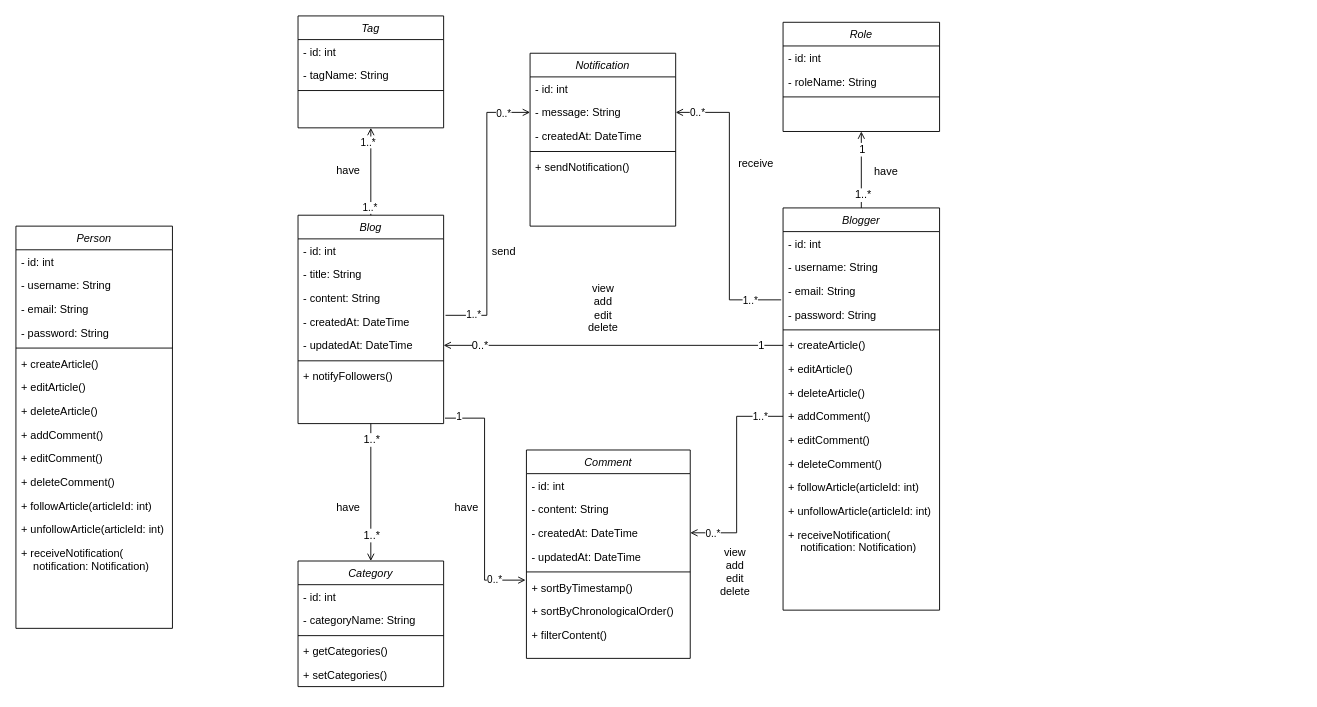
Earlier version of the draw.io diagram UML-Diagramm.drawio (SteffiHe/blog_board_backend). Source tidied: cells renumbered, new cells numbered last; positions are measured from the earlier drawing's top-left corner, leaving out a move shared by most shapes. Both pictures are drawn from the tidied source at 91%, with x=0, y=0 at pixel (15, 15).
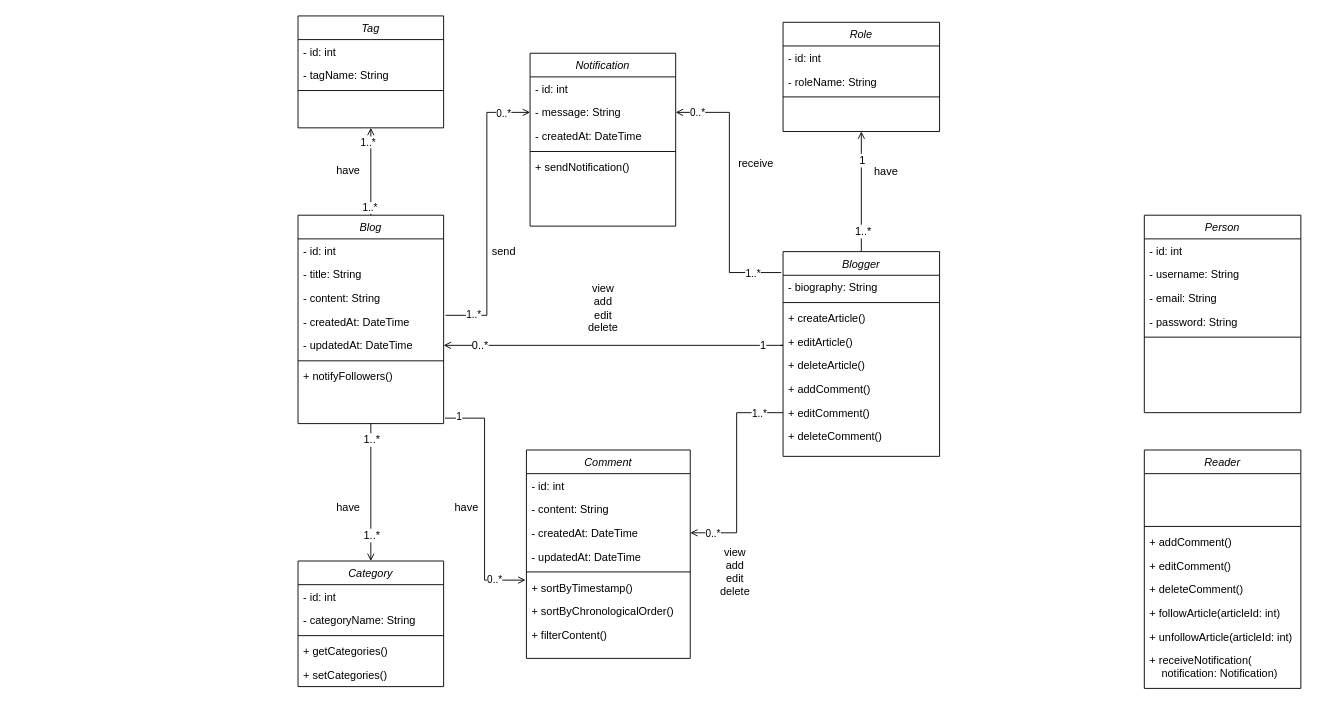
The same page after the edit.

Commit message:
UML-Diagramm aktualisiert

Unchanged cells that the change refers to:
```xml
<mxCell id="37" value="- createdAt: DateTime" style="text;align=left;verticalAlign=top;spacingLeft=4;spacingRight=4;overflow=hidden;points=[[0,0.5],[1,0.5]];portConstraint=eastwest;rounded=0;shadow=0;html=0;" parent="34" vertex="1">
  <mxGeometry y="78" width="180" height="26" as="geometry" />
</mxCell>
```

What changed in the source:
```diff
@@
     <mxCell id="5" value="Blogger" style="swimlane;fontStyle=2;align=center;verticalAlign=top;horizontal=1;startSize=26;rounded=0;shadow=0;strokeWidth=1;" parent="1" vertex="1">
-      <mxGeometry x="843" y="211" width="172" height="442" as="geometry" />
+      <mxGeometry x="843" y="259" width="172" height="225" as="geometry" />
     </mxCell>
-    <mxCell id="6" value="- id: int" style="text;align=left;verticalAlign=top;spacingLeft=4;spacingRight=4;overflow=hidden;" parent="5" vertex="1">
-      <mxGeometry y="26" width="172" height="26" as="geometry" />
-    </mxCell>
-    <mxCell id="7" value="- username: String" style="text;align=left;verticalAlign=top;spacingLeft=4;spacingRight=4;overflow=hidden;rounded=0;shadow=0;html=0;" parent="5" vertex="1">
-      <mxGeometry y="52" width="172" height="26" as="geometry" />
-    </mxCell>
-    <mxCell id="8" value="- email: String" style="text;align=left;verticalAlign=top;spacingLeft=4;spacingRight=4;overflow=hidden;rounded=0;shadow=0;html=0;" parent="5" vertex="1">
-      <mxGeometry y="78" width="172" height="26" as="geometry" />
-    </mxCell>
-    <mxCell id="9" value="- password: String" style="text;align=left;verticalAlign=top;spacingLeft=4;spacingRight=4;overflow=hidden;points=[[0,0.5],[1,0.5]];portConstraint=eastwest;rounded=0;shadow=0;html=0;" parent="5" vertex="1">
-      <mxGeometry y="104" width="172" height="26" as="geometry" />
+    <mxCell id="9" value="- biography: String" style="text;align=left;verticalAlign=top;spacingLeft=4;spacingRight=4;overflow=hidden;points=[[0,0.5],[1,0.5]];portConstraint=eastwest;rounded=0;shadow=0;html=0;" parent="5" vertex="1">
+      <mxGeometry y="26" width="172" height="26" as="geometry" />
     </mxCell>
     <mxCell id="10" style="line;html=1;strokeWidth=1;align=left;verticalAlign=middle;spacingTop=-1;spacingLeft=3;spacingRight=3;labelPosition=right;" parent="5" vertex="1">
-      <mxGeometry y="130" width="172" height="8" as="geometry" />
+      <mxGeometry y="52" width="172" height="8" as="geometry" />
     </mxCell>
     <mxCell id="11" value="+ createArticle()" style="text;align=left;verticalAlign=top;spacingLeft=4;spacingRight=4;overflow=hidden;points=[[0,0.5],[1,0.5]];portConstraint=eastwest;" parent="5" vertex="1">
-      <mxGeometry y="138" width="172" height="26" as="geometry" />
+      <mxGeometry y="60" width="172" height="26" as="geometry" />
     </mxCell>
     <mxCell id="12" value="+ editArticle()" style="text;align=left;verticalAlign=top;spacingLeft=4;spacingRight=4;overflow=hidden;" parent="5" vertex="1">
-      <mxGeometry y="164" width="172" height="26" as="geometry" />
+      <mxGeometry y="86" width="172" height="26" as="geometry" />
     </mxCell>
     <mxCell id="13" value="+ deleteArticle()" style="text;align=left;verticalAlign=top;spacingLeft=4;spacingRight=4;overflow=hidden;" parent="5" vertex="1">
-      <mxGeometry y="190" width="172" height="26" as="geometry" />
+      <mxGeometry y="112" width="172" height="26" as="geometry" />
     </mxCell>
     <mxCell id="14" value="+ addComment()" style="text;align=left;verticalAlign=top;spacingLeft=4;spacingRight=4;overflow=hidden;points=[[0,0.5],[1,0.5]];portConstraint=eastwest;" parent="5" vertex="1">
-      <mxGeometry y="216" width="172" height="26" as="geometry" />
+      <mxGeometry y="138" width="172" height="26" as="geometry" />
     </mxCell>
     <mxCell id="15" value="+ editComment()" style="text;align=left;verticalAlign=top;spacingLeft=4;spacingRight=4;overflow=hidden;points=[[0,0.5],[1,0.5]];portConstraint=eastwest;" parent="5" vertex="1">
-      <mxGeometry y="242" width="172" height="26" as="geometry" />
+      <mxGeometry y="164" width="172" height="26" as="geometry" />
     </mxCell>
     <mxCell id="16" value="+ deleteComment()" style="text;align=left;verticalAlign=top;spacingLeft=4;spacingRight=4;overflow=hidden;" parent="5" vertex="1">
-      <mxGeometry y="268" width="172" height="26" as="geometry" />
+      <mxGeometry y="190" width="172" height="26" as="geometry" />
     </mxCell>
-    <mxCell id="17" value="+ followArticle(articleId: int)" style="text;align=left;verticalAlign=top;spacingLeft=4;spacingRight=4;overflow=hidden;" parent="5" vertex="1">
-      <mxGeometry y="294" width="172" height="26" as="geometry" />
-    </mxCell>
-    <mxCell id="18" value="+ unfollowArticle(articleId: int)" style="text;align=left;verticalAlign=top;spacingLeft=4;spacingRight=4;overflow=hidden;" parent="5" vertex="1">
-      <mxGeometry y="320" width="172" height="26" as="geometry" />
-    </mxCell>
-    <mxCell id="19" value="+ receiveNotification(&#10;    notification: Notification)" style="text;align=left;verticalAlign=top;spacingLeft=4;spacingRight=4;overflow=hidden;" parent="5" vertex="1">
-      <mxGeometry y="346" width="172" height="44" as="geometry" />
-    </mxCell>
@@
-    <mxCell id="31" style="edgeStyle=orthogonalEdgeStyle;rounded=0;jettySize=auto;html=1;endArrow=none;endFill=0;shadow=0;startArrow=open;startFill=0;" parent="1" edge="1" target="11">
+    <mxCell id="31" style="edgeStyle=orthogonalEdgeStyle;rounded=0;orthogonalLoop=1;jettySize=auto;html=1;endArrow=none;endFill=0;shadow=0;startArrow=open;startFill=0;" parent="1" edge="1">
       <mxGeometry relative="1" as="geometry">
         <mxPoint x="470" y="362" as="sourcePoint" />
+        <mxPoint x="840" y="362" as="targetPoint" />
         <Array as="points">
-          <mxPoint x="470" y="362" />
+          <mxPoint x="843" y="362" />
         </Array>
       </mxGeometry>
     </mxCell>
@@
-    <mxCell id="64" style="edgeStyle=orthogonalEdgeStyle;rounded=0;jettySize=auto;html=1;endArrow=open;endFill=0;" parent="1" edge="1" source="14" target="37">
+    <mxCell id="64" style="edgeStyle=orthogonalEdgeStyle;rounded=0;jettySize=auto;html=1;endArrow=open;endFill=0;exitX=0;exitY=0.5;exitDx=0;exitDy=0;" parent="1" edge="1" source="15" target="37">
       <mxGeometry relative="1" as="geometry" />
     </mxCell>
@@
     <mxCell id="86" value="Person" style="swimlane;fontStyle=2;align=center;verticalAlign=top;horizontal=1;startSize=26;rounded=0;shadow=0;strokeWidth=1;" parent="1" vertex="1">
-      <mxGeometry y="231" width="172" height="442" as="geometry" />
+      <mxGeometry x="1240" y="219" width="172" height="217" as="geometry" />
     </mxCell>
@@
-    <mxCell id="92" value="+ createArticle()" style="text;align=left;verticalAlign=top;spacingLeft=4;spacingRight=4;overflow=hidden;" parent="86" vertex="1">
-      <mxGeometry y="138" width="172" height="26" as="geometry" />
-    </mxCell>
-    <mxCell id="93" value="+ editArticle()" style="text;align=left;verticalAlign=top;spacingLeft=4;spacingRight=4;overflow=hidden;" parent="86" vertex="1">
-      <mxGeometry y="164" width="172" height="26" as="geometry" />
-    </mxCell>
-    <mxCell id="94" value="+ deleteArticle()" style="text;align=left;verticalAlign=top;spacingLeft=4;spacingRight=4;overflow=hidden;" parent="86" vertex="1">
-      <mxGeometry y="190" width="172" height="26" as="geometry" />
-    </mxCell>
+    <mxCell id="101" value="Reader" style="swimlane;fontStyle=2;align=center;verticalAlign=top;horizontal=1;startSize=26;rounded=0;shadow=0;strokeWidth=1;" parent="1" vertex="1">
+      <mxGeometry x="1240" y="477" width="172" height="262" as="geometry" />
+    </mxCell>
+    <mxCell id="102" value=" " style="text;align=left;verticalAlign=top;spacingLeft=4;spacingRight=4;overflow=hidden;rounded=0;shadow=0;html=0;" parent="101" vertex="1">
+      <mxGeometry y="26" width="172" height="54" as="geometry" />
+    </mxCell>
+    <mxCell id="103" style="line;html=1;strokeWidth=1;align=left;verticalAlign=middle;spacingTop=-1;spacingLeft=3;spacingRight=3;labelPosition=right;" parent="101" vertex="1">
+      <mxGeometry y="80" width="172" height="8" as="geometry" />
+    </mxCell>
-    <mxCell id="95" value="+ addComment()" style="text;align=left;verticalAlign=top;spacingLeft=4;spacingRight=4;overflow=hidden;" parent="86" vertex="1">
-      <mxGeometry y="216" width="172" height="26" as="geometry" />
+    <mxCell id="95" value="+ addComment()" style="text;align=left;verticalAlign=top;spacingLeft=4;spacingRight=4;overflow=hidden;" parent="101" vertex="1">
+      <mxGeometry y="88" width="172" height="26" as="geometry" />
     </mxCell>
-    <mxCell id="96" value="+ editComment()" style="text;align=left;verticalAlign=top;spacingLeft=4;spacingRight=4;overflow=hidden;" parent="86" vertex="1">
-      <mxGeometry y="242" width="172" height="26" as="geometry" />
+    <mxCell id="96" value="+ editComment()" style="text;align=left;verticalAlign=top;spacingLeft=4;spacingRight=4;overflow=hidden;" parent="101" vertex="1">
+      <mxGeometry y="114" width="172" height="26" as="geometry" />
     </mxCell>
-    <mxCell id="97" value="+ deleteComment()" style="text;align=left;verticalAlign=top;spacingLeft=4;spacingRight=4;overflow=hidden;" parent="86" vertex="1">
-      <mxGeometry y="268" width="172" height="26" as="geometry" />
+    <mxCell id="97" value="+ deleteComment()" style="text;align=left;verticalAlign=top;spacingLeft=4;spacingRight=4;overflow=hidden;" parent="101" vertex="1">
+      <mxGeometry y="140" width="172" height="26" as="geometry" />
     </mxCell>
-    <mxCell id="98" value="+ followArticle(articleId: int)" style="text;align=left;verticalAlign=top;spacingLeft=4;spacingRight=4;overflow=hidden;" parent="86" vertex="1">
-      <mxGeometry y="294" width="172" height="26" as="geometry" />
-    </mxCell>
-    <mxCell id="99" value="+ unfollowArticle(articleId: int)" style="text;align=left;verticalAlign=top;spacingLeft=4;spacingRight=4;overflow=hidden;" parent="86" vertex="1">
-      <mxGeometry y="320" width="172" height="26" as="geometry" />
-    </mxCell>
-    <mxCell id="100" value="+ receiveNotification(&#10;    notification: Notification)" style="text;align=left;verticalAlign=top;spacingLeft=4;spacingRight=4;overflow=hidden;" parent="86" vertex="1">
-      <mxGeometry y="346" width="172" height="44" as="geometry" />
-    </mxCell>
+    <mxCell id="104" value="+ followArticle(articleId: int)" style="text;align=left;verticalAlign=top;spacingLeft=4;spacingRight=4;overflow=hidden;" parent="101" vertex="1">
+      <mxGeometry y="166" width="172" height="26" as="geometry" />
+    </mxCell>
+    <mxCell id="105" value="+ unfollowArticle(articleId: int)" style="text;align=left;verticalAlign=top;spacingLeft=4;spacingRight=4;overflow=hidden;" parent="101" vertex="1">
+      <mxGeometry y="192" width="172" height="26" as="geometry" />
+    </mxCell>
+    <mxCell id="106" value="+ receiveNotification(&#10;    notification: Notification)" style="text;align=left;verticalAlign=top;spacingLeft=4;spacingRight=4;overflow=hidden;" parent="101" vertex="1">
+      <mxGeometry y="218" width="172" height="44" as="geometry" />
+    </mxCell>
```
